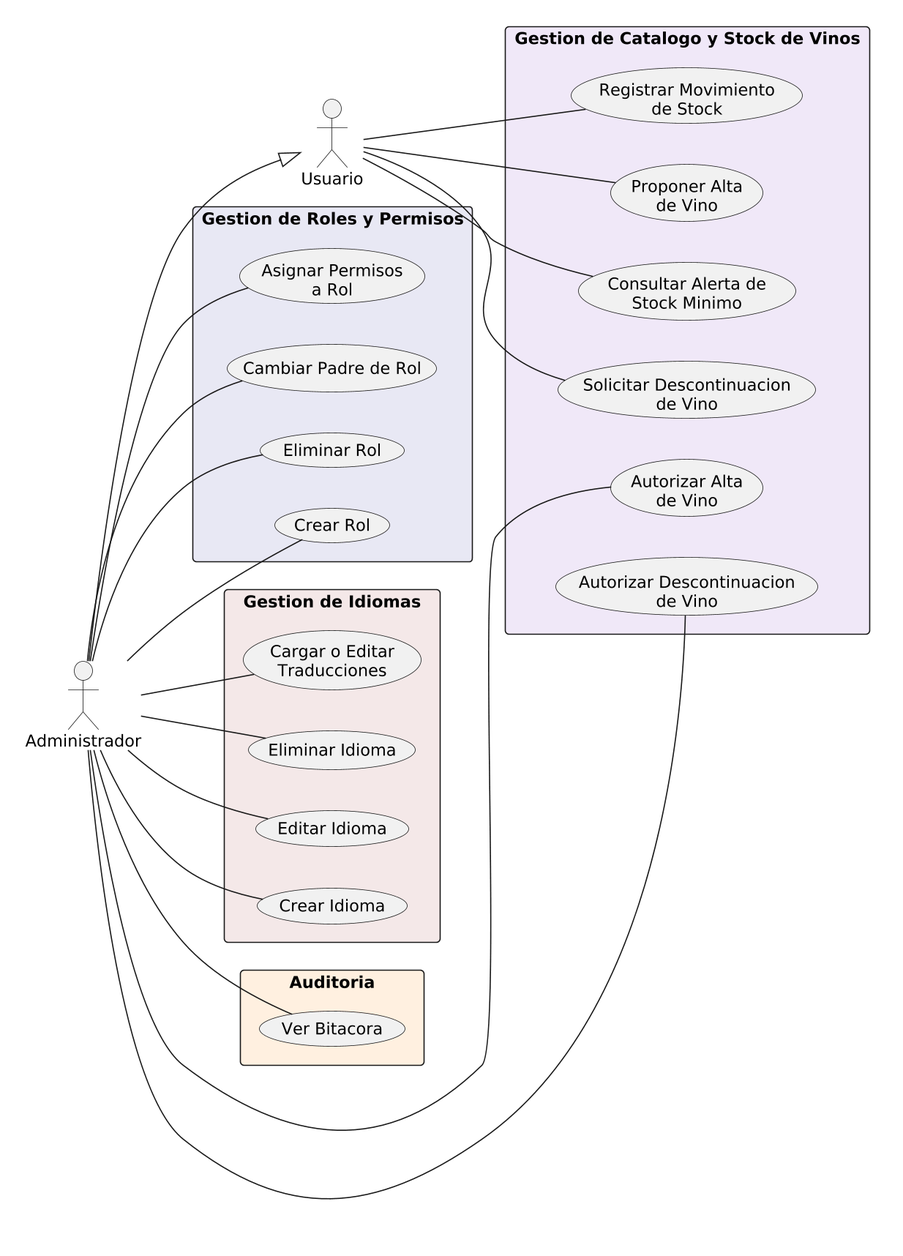
Before: DIAGRAMAS/DiagramaCasosDeUso_2_RolesIdiomasCatalogo.png, a diagram exported from PlantUML (Jesifu/club-de-vinos-td). Its source is kept beside it as DIAGRAMAS/DiagramaCasosDeUso_2_RolesIdiomasCatalogo.puml.
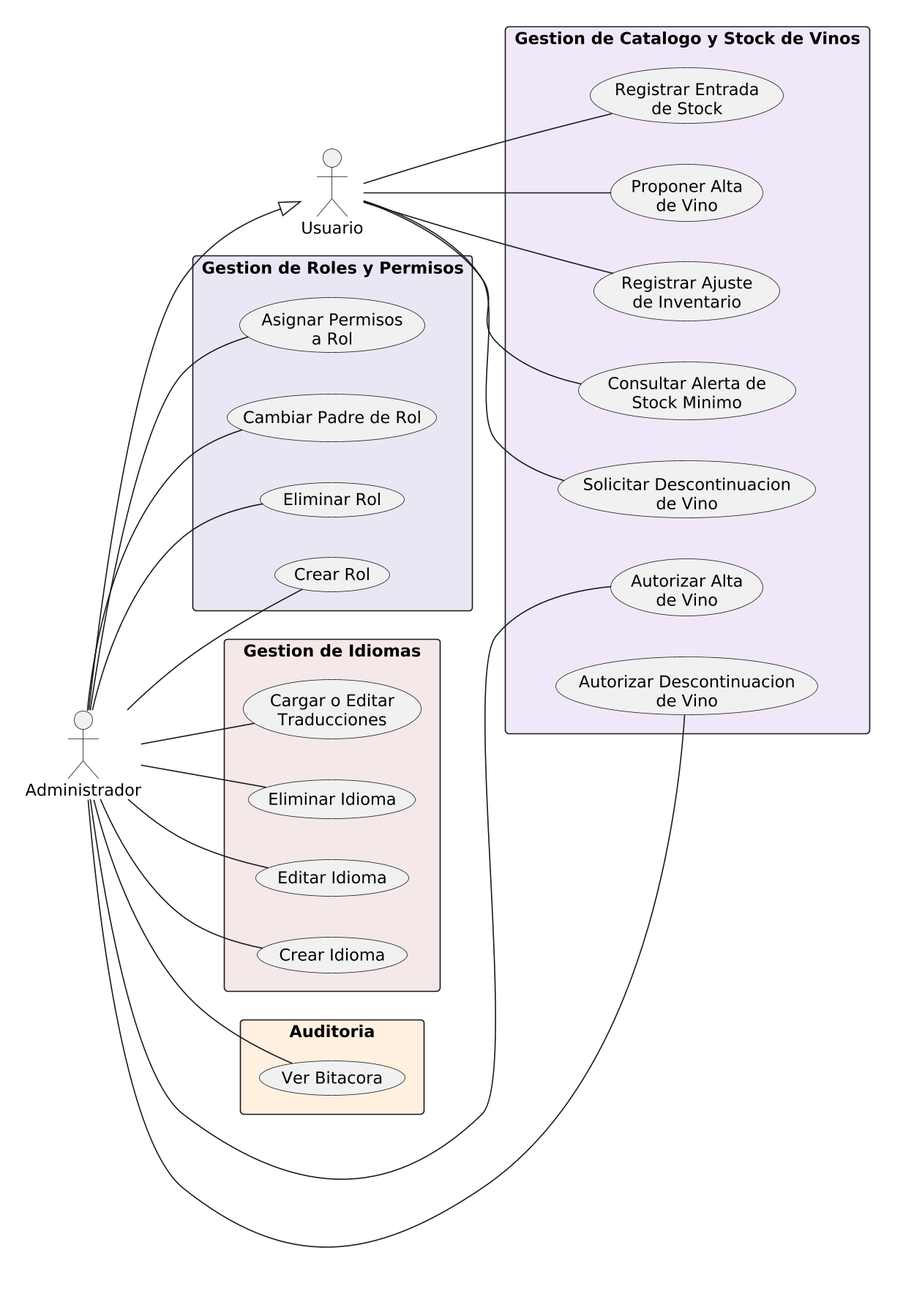
After the change.

Commit message:
docs: split stock movement into Entrada and Ajuste de Inventario CUs

What changed in the source:
```diff
@@ -29,16 +29,18 @@
 rectangle "Gestion de Catalogo y Stock de Vinos" #F0E8F8 {
   usecase "Proponer Alta\nde Vino" as CU21
   usecase "Autorizar Alta\nde Vino" as CU22
-  usecase "Registrar Movimiento\nde Stock" as CU23
+  usecase "Registrar Entrada\nde Stock" as CU23
   usecase "Solicitar Descontinuacion\nde Vino" as CU24
   usecase "Autorizar Descontinuacion\nde Vino" as CU25
   usecase "Consultar Alerta de\nStock Minimo" as CU26
+  usecase "Registrar Ajuste\nde Inventario" as CU27
 }
 
 Usuario -- CU21
 Usuario -- CU23
 Usuario -- CU24
 Usuario -- CU26
+Usuario -- CU27
 
 Administrador -- CU12
 Administrador -- CU13
```
